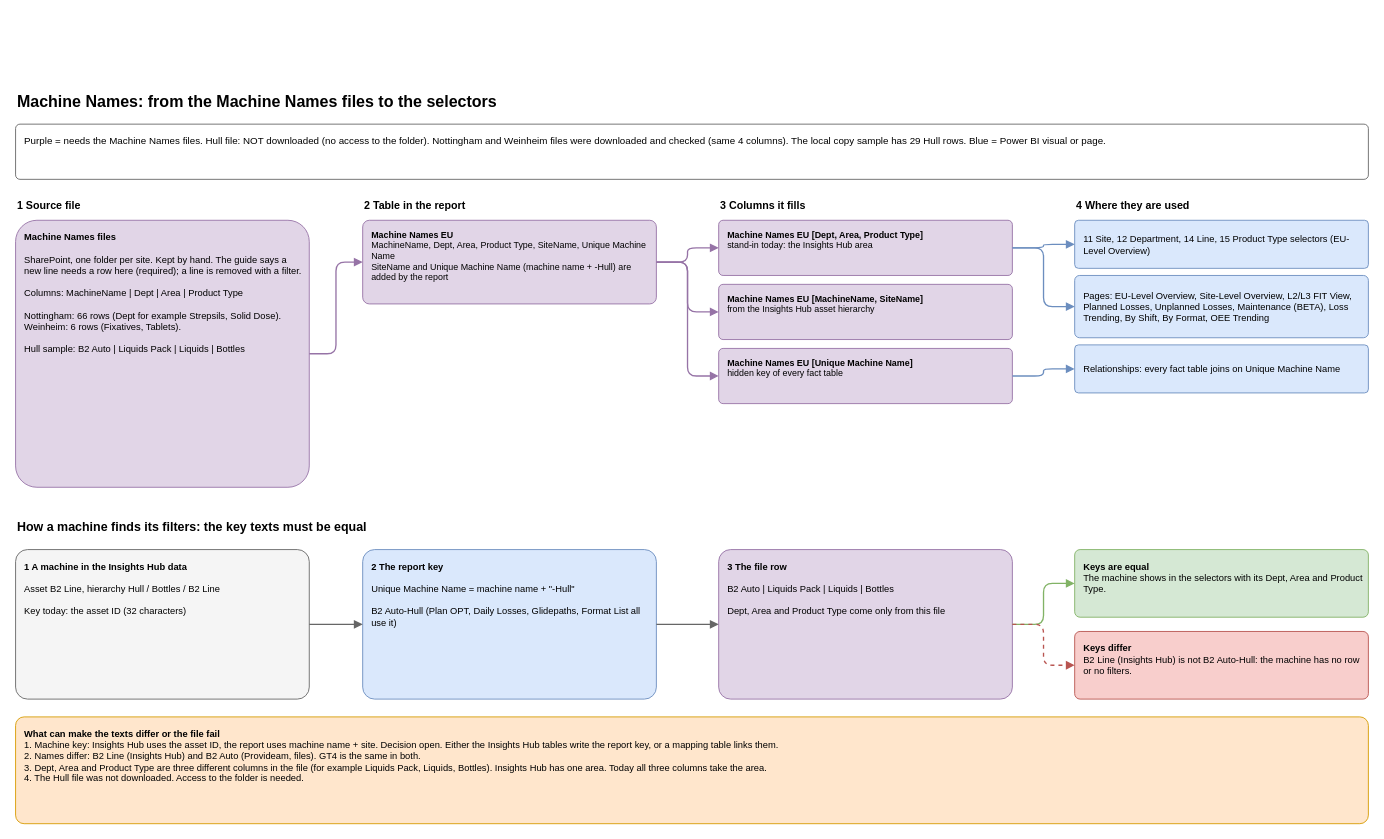
This is page "Background: Machine Names" (17 of 21) of diagrams/site-dashboards-map.drawio from AbiyyuMufti/SIH-IBMX-R, a draw.io file, before an edit. Source tidied: cells renumbered, new cells numbered last; positions are measured from the earlier drawing's top-left corner, leaving out a move shared by most shapes. Both pictures are drawn from the tidied source at 89%, with x=0, y=0 at pixel (15, 86).
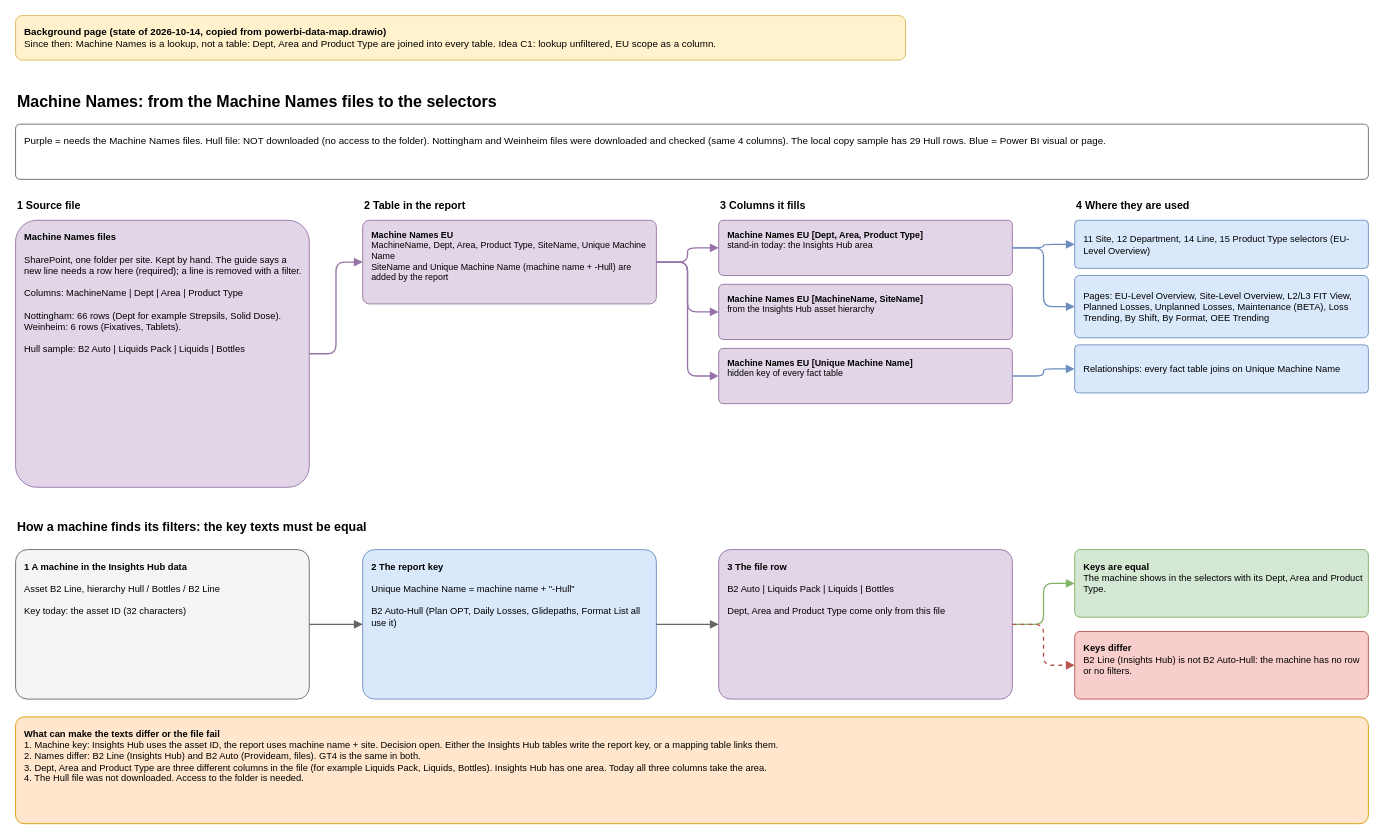
The same diagram, later.

What changed in the source:
```diff
@@
+    <mxCell id="34" value="&lt;b&gt;Background page (state of 2026-10-14, copied from powerbi-data-map.drawio)&lt;/b&gt;&lt;br&gt;Since then: Machine Names is a lookup, not a table: Dept, Area and Product Type are joined into every table. Idea C1: lookup unfiltered, EU scope as a column." style="rounded=1;whiteSpace=wrap;html=1;align=left;verticalAlign=middle;spacingLeft=8;fontSize=11;fillColor=#fff2cc;strokeColor=#d6b656;" parent="1" vertex="1">
+      <mxGeometry y="-80" width="1000" height="50" as="geometry" />
+    </mxCell>
```
